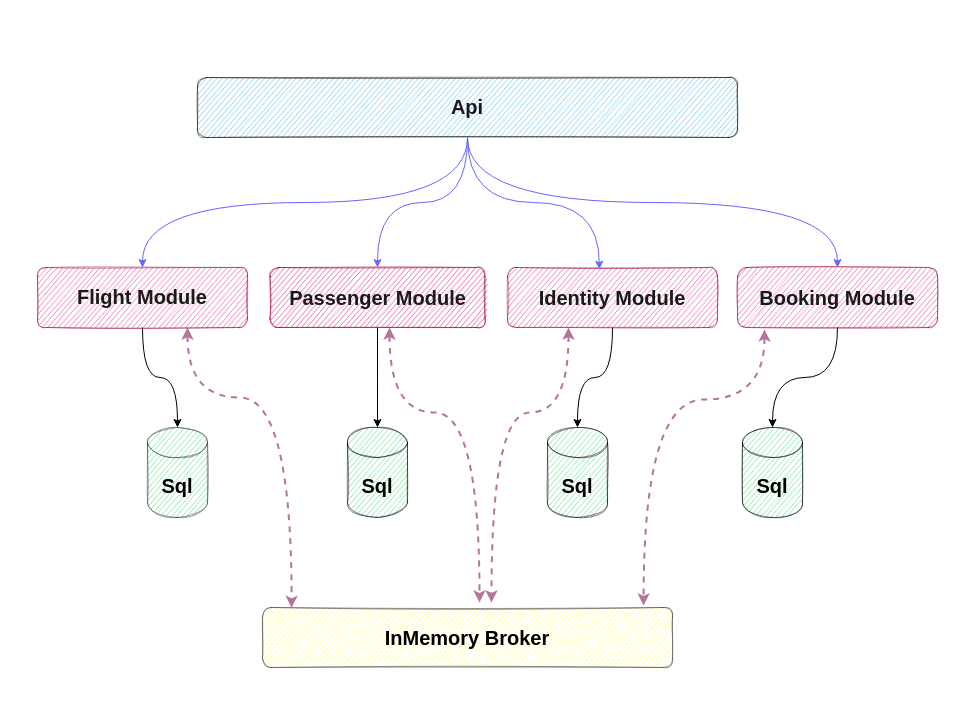
Before: assets/modular-monolith-diagram.drawio in meysamhadeli/booking-modular-monolith, a draw.io diagram. Source tidied: cells renumbered, new cells numbered last; positions are measured from the earlier drawing's top-left corner, leaving out a move shared by most shapes. Both pictures are drawn from the tidied source at 100%, with x=0, y=0 at pixel (17, 17).
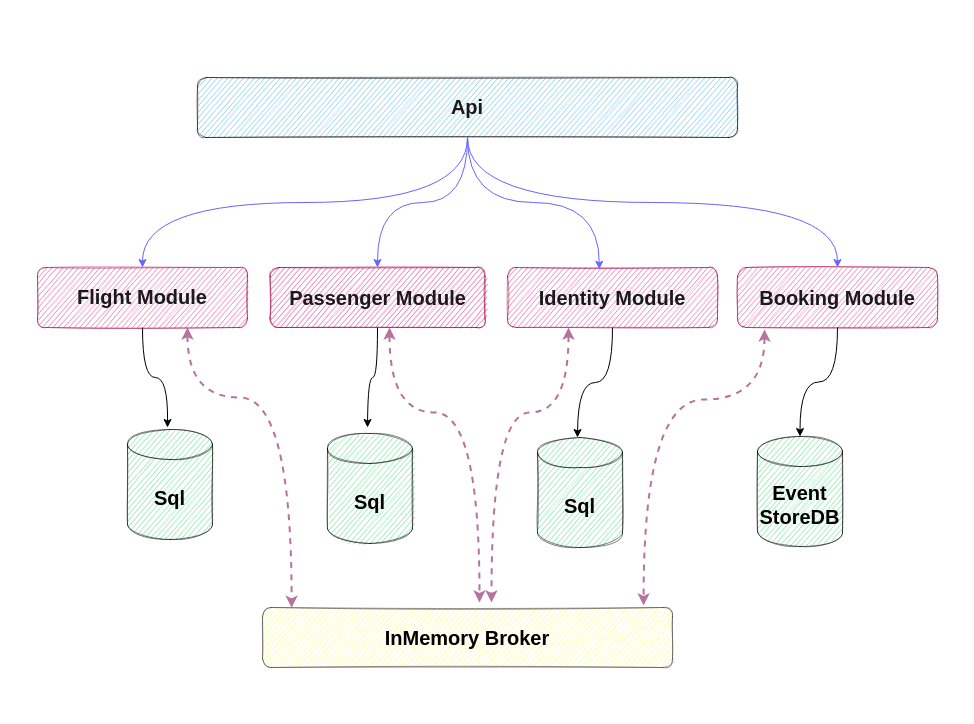
After the change.

The change refers to these unchanged cells:
```xml
<mxCell id="5" value="&lt;font color=&quot;#1a1a1a&quot; style=&quot;font-size: 20px;&quot;&gt;&lt;b style=&quot;&quot;&gt;Flight Module&lt;/b&gt;&lt;/font&gt;" style="rounded=1;whiteSpace=wrap;html=1;fontSize=17;fillColor=#d80073;fontColor=#ffffff;strokeColor=#A50040;sketch=1;opacity=50;" parent="1" vertex="1">
  <mxGeometry x="20" y="250" width="210" height="60" as="geometry" />
</mxCell>
<mxCell id="8" value="Identity Module" style="rounded=1;whiteSpace=wrap;html=1;fontSize=20;fillColor=#d80073;fontColor=#1A1A1A;strokeColor=#A50040;sketch=1;opacity=50;fontStyle=1;" parent="1" vertex="1">
  <mxGeometry x="490" y="250" width="210" height="60" as="geometry" />
</mxCell>
<mxCell id="11" value="Passenger Module" style="rounded=1;whiteSpace=wrap;html=1;fontSize=20;fillColor=#d80073;fontColor=#1A1A1A;strokeColor=#A50040;sketch=1;fontStyle=1;opacity=60;" parent="1" vertex="1">
  <mxGeometry x="252.5" y="250" width="215" height="60" as="geometry" />
</mxCell>
```

Diff of the diagram source:
```diff
@@
-    <mxCell id="3" style="edgeStyle=orthogonalEdgeStyle;curved=1;rounded=0;jettySize=auto;html=1;entryX=0.5;entryY=0;entryDx=0;entryDy=0;entryPerimeter=0;fontSize=20;fontColor=#1A1A1A;" parent="1" edge="1" source="5" target="20">
-      <mxGeometry relative="1" as="geometry" />
+    <mxCell id="3" style="edgeStyle=orthogonalEdgeStyle;curved=1;rounded=0;jettySize=auto;html=1;entryX=0.5;entryY=0;entryDx=0;entryDy=0;entryPerimeter=0;fontSize=20;fontColor=#1A1A1A;" parent="1" edge="1" source="5">
+      <mxGeometry relative="1" as="geometry">
+        <mxPoint x="150" y="410" as="targetPoint" />
+      </mxGeometry>
     </mxCell>
@@
-    <mxCell id="6" style="edgeStyle=orthogonalEdgeStyle;curved=1;rounded=0;jettySize=auto;html=1;entryX=0.5;entryY=0;entryDx=0;entryDy=0;entryPerimeter=0;fontSize=20;fontColor=#1A1A1A;" parent="1" edge="1" source="8" target="22">
-      <mxGeometry relative="1" as="geometry" />
+    <mxCell id="6" style="edgeStyle=orthogonalEdgeStyle;curved=1;rounded=0;jettySize=auto;html=1;entryX=0.5;entryY=0;entryDx=0;entryDy=0;entryPerimeter=0;fontSize=20;fontColor=#1A1A1A;" parent="1" edge="1" source="8">
+      <mxGeometry relative="1" as="geometry">
+        <mxPoint x="560" y="420" as="targetPoint" />
+      </mxGeometry>
     </mxCell>
@@
-    <mxCell id="9" style="edgeStyle=orthogonalEdgeStyle;curved=1;rounded=0;jettySize=auto;html=1;entryX=0.5;entryY=0;entryDx=0;entryDy=0;entryPerimeter=0;fontSize=20;fontColor=#1A1A1A;" parent="1" edge="1" source="11" target="23">
-      <mxGeometry relative="1" as="geometry" />
+    <mxCell id="9" style="edgeStyle=orthogonalEdgeStyle;curved=1;rounded=0;jettySize=auto;html=1;fontSize=20;fontColor=#1A1A1A;" parent="1" edge="1" source="11">
+      <mxGeometry relative="1" as="geometry">
+        <mxPoint x="350" y="410" as="targetPoint" />
+      </mxGeometry>
     </mxCell>
@@
-    <mxCell id="20" value="Sql" style="shape=cylinder3;whiteSpace=wrap;html=1;boundedLbl=1;backgroundOutline=1;size=15;fontSize=20;fontStyle=1;fillColor=#12D356;strokeColor=#36393d;sketch=1;opacity=50;" parent="1" vertex="1">
-      <mxGeometry x="130" y="410" width="60" height="90" as="geometry" />
-    </mxCell>
-    <mxCell id="21" value="Sql" style="shape=cylinder3;whiteSpace=wrap;html=1;boundedLbl=1;backgroundOutline=1;size=15;fontSize=20;fontStyle=1;fillColor=#12D356;sketch=1;opacity=50;" parent="1" vertex="1">
-      <mxGeometry x="725" y="410" width="60" height="90" as="geometry" />
+    <mxCell id="21" value="Event&lt;br&gt;StoreDB" style="shape=cylinder3;whiteSpace=wrap;html=1;boundedLbl=1;backgroundOutline=1;size=15;fontSize=20;fontStyle=1;fillColor=#12D356;sketch=1;opacity=50;" parent="1" vertex="1">
+      <mxGeometry x="740" y="419" width="85" height="110" as="geometry" />
     </mxCell>
-    <mxCell id="22" value="Sql" style="shape=cylinder3;whiteSpace=wrap;html=1;boundedLbl=1;backgroundOutline=1;size=15;fontSize=20;fontStyle=1;fillColor=#12D356;sketch=1;opacity=50;" parent="1" vertex="1">
-      <mxGeometry x="530" y="410" width="60" height="90" as="geometry" />
-    </mxCell>
-    <mxCell id="23" value="Sql" style="shape=cylinder3;whiteSpace=wrap;html=1;boundedLbl=1;backgroundOutline=1;size=15;fontSize=20;fontStyle=1;fillColor=#12D356;sketch=1;opacity=50;" parent="1" vertex="1">
-      <mxGeometry x="330" y="410" width="60" height="90" as="geometry" />
-    </mxCell>
@@
+    <mxCell id="25" value="Sql" style="shape=cylinder3;whiteSpace=wrap;html=1;boundedLbl=1;backgroundOutline=1;size=15;fontSize=20;fontStyle=1;fillColor=#12D356;sketch=1;opacity=50;" parent="1" vertex="1">
+      <mxGeometry x="110" y="412" width="85" height="110" as="geometry" />
+    </mxCell>
+    <mxCell id="26" value="Sql" style="shape=cylinder3;whiteSpace=wrap;html=1;boundedLbl=1;backgroundOutline=1;size=15;fontSize=20;fontStyle=1;fillColor=#12D356;sketch=1;opacity=50;" parent="1" vertex="1">
+      <mxGeometry x="310" y="416" width="85" height="110" as="geometry" />
+    </mxCell>
+    <mxCell id="27" value="Sql" style="shape=cylinder3;whiteSpace=wrap;html=1;boundedLbl=1;backgroundOutline=1;size=15;fontSize=20;fontStyle=1;fillColor=#12D356;sketch=1;opacity=50;" parent="1" vertex="1">
+      <mxGeometry x="520" y="420" width="85" height="110" as="geometry" />
+    </mxCell>
```
